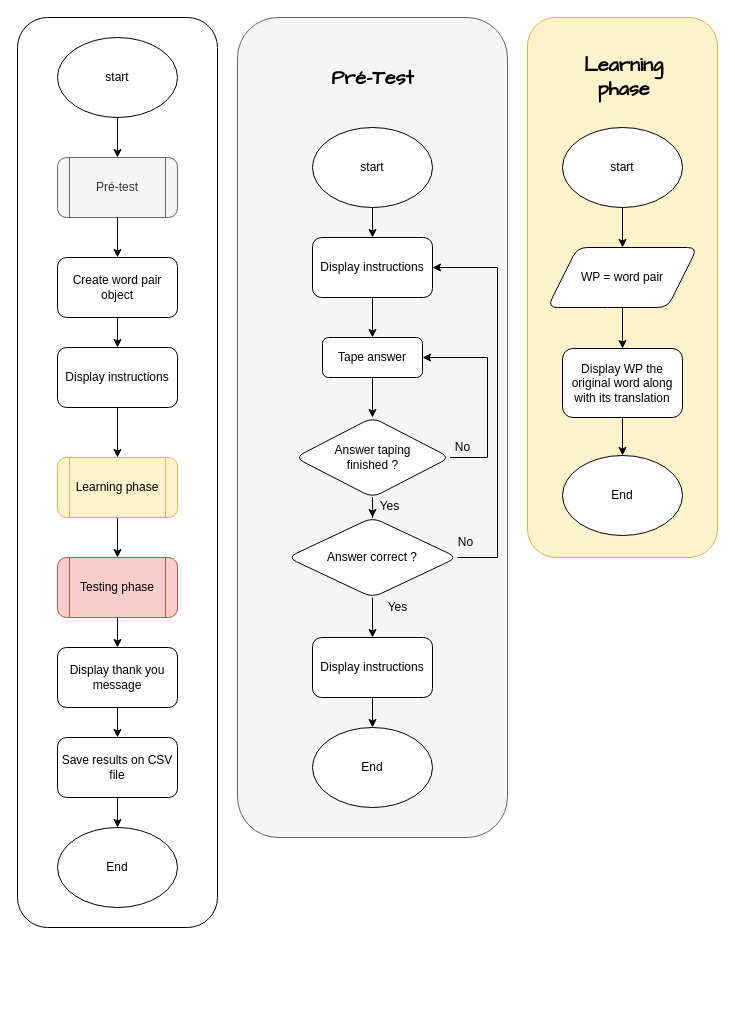
AlessandroCuozzo/Psycho keeps this draw.io diagram as page "Main core" (1 of 3) of Psychopy.drawio. Above is the earlier version. Source tidied: cells renumbered, new cells numbered last; positions are measured from the earlier drawing's top-left corner, leaving out a move shared by most shapes. Both pictures are drawn from the tidied source at 100%, with x=0, y=0 at pixel (17, 17).
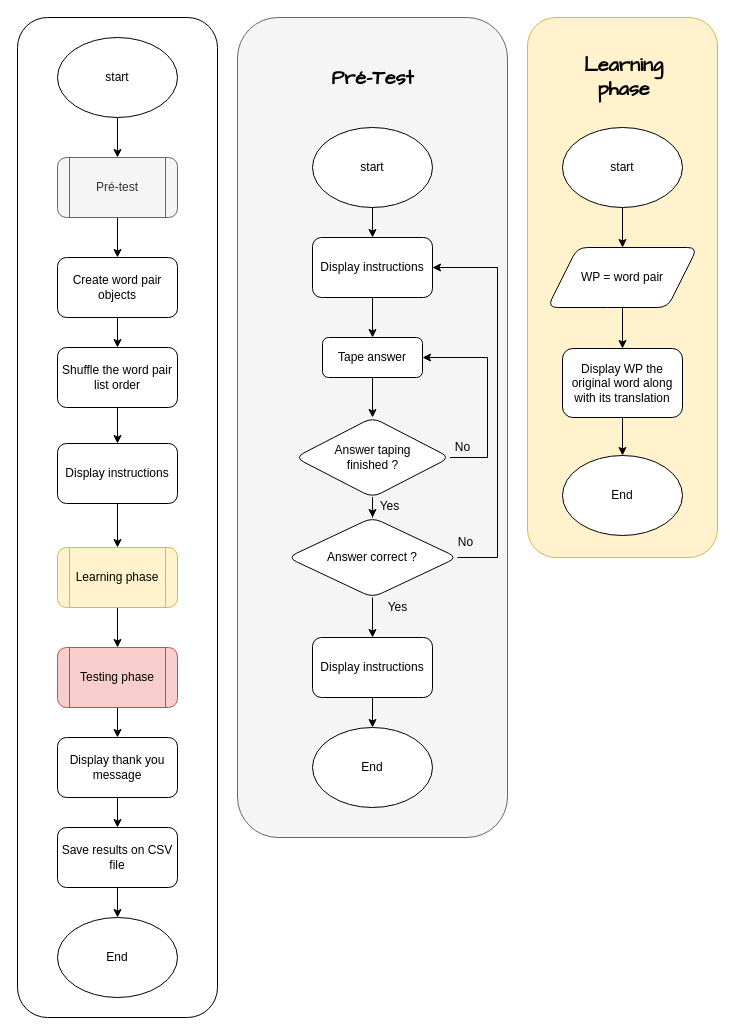
Above is the later version.

Diff of the diagram source:
```diff
@@
+    <mxCell id="50" style="rounded=1;whiteSpace=wrap;html=1;" parent="1" vertex="1">
+      <mxGeometry width="200" height="1000" as="geometry" />
+    </mxCell>
@@
-    <mxCell id="6" style="rounded=1;whiteSpace=wrap;html=1;" parent="1" vertex="1">
-      <mxGeometry width="200" height="910" as="geometry" />
-    </mxCell>
@@
-    <mxCell id="11" style="edgeStyle=orthogonalEdgeStyle;rounded=0;jettySize=auto;html=1;entryX=0.5;entryY=0;entryDx=0;entryDy=0;" parent="1" edge="1" source="12" target="47">
-      <mxGeometry relative="1" as="geometry" />
-    </mxCell>
+    <mxCell id="51" style="edgeStyle=orthogonalEdgeStyle;rounded=0;jettySize=auto;html=1;entryX=0.5;entryY=0;entryDx=0;entryDy=0;" parent="1" edge="1" source="12" target="53">
+      <mxGeometry relative="1" as="geometry" />
+    </mxCell>
-    <mxCell id="12" value="Create word pair object" style="rounded=1;whiteSpace=wrap;html=1;" parent="1" vertex="1">
+    <mxCell id="12" value="Create word pair objects" style="rounded=1;whiteSpace=wrap;html=1;" parent="1" vertex="1">
       <mxGeometry x="40" y="240" width="120" height="60" as="geometry" />
     </mxCell>
@@
     <mxCell id="14" value="Learning phase" style="shape=process;whiteSpace=wrap;html=1;backgroundOutline=1;rounded=1;fillColor=#fff2cc;strokeColor=#d6b656;" parent="1" vertex="1">
-      <mxGeometry x="40" y="440" width="120" height="60" as="geometry" />
+      <mxGeometry x="40" y="530" width="120" height="60" as="geometry" />
     </mxCell>
@@
     <mxCell id="18" value="Testing phase" style="shape=process;whiteSpace=wrap;html=1;backgroundOutline=1;rounded=1;fillColor=#f8cecc;strokeColor=#b85450;" parent="1" vertex="1">
-      <mxGeometry x="40" y="540" width="120" height="60" as="geometry" />
+      <mxGeometry x="40" y="630" width="120" height="60" as="geometry" />
     </mxCell>
@@
     <mxCell id="20" value="Display thank you message" style="rounded=1;whiteSpace=wrap;html=1;" parent="1" vertex="1">
-      <mxGeometry x="40" y="630" width="120" height="60" as="geometry" />
+      <mxGeometry x="40" y="720" width="120" height="60" as="geometry" />
     </mxCell>
@@
     <mxCell id="22" value="Save results on CSV file" style="rounded=1;whiteSpace=wrap;html=1;" parent="1" vertex="1">
-      <mxGeometry x="40" y="720" width="120" height="60" as="geometry" />
+      <mxGeometry x="40" y="810" width="120" height="60" as="geometry" />
     </mxCell>
     <mxCell id="23" value="End" style="ellipse;whiteSpace=wrap;html=1;rounded=1;" parent="1" vertex="1">
-      <mxGeometry x="40" y="810" width="120" height="80" as="geometry" />
+      <mxGeometry x="40" y="900" width="120" height="80" as="geometry" />
     </mxCell>
@@
     <mxCell id="47" value="Display instructions" style="rounded=1;whiteSpace=wrap;html=1;" parent="1" vertex="1">
-      <mxGeometry x="40" y="330" width="120" height="60" as="geometry" />
+      <mxGeometry x="40" y="426" width="120" height="60" as="geometry" />
     </mxCell>
@@
+    <mxCell id="52" style="edgeStyle=orthogonalEdgeStyle;rounded=0;jettySize=auto;html=1;entryX=0.5;entryY=0;entryDx=0;entryDy=0;" parent="1" edge="1" source="53" target="47">
+      <mxGeometry relative="1" as="geometry" />
+    </mxCell>
+    <mxCell id="53" value="Shuffle the word pair list order" style="rounded=1;whiteSpace=wrap;html=1;" parent="1" vertex="1">
+      <mxGeometry x="40" y="330" width="120" height="60" as="geometry" />
+    </mxCell>
```
